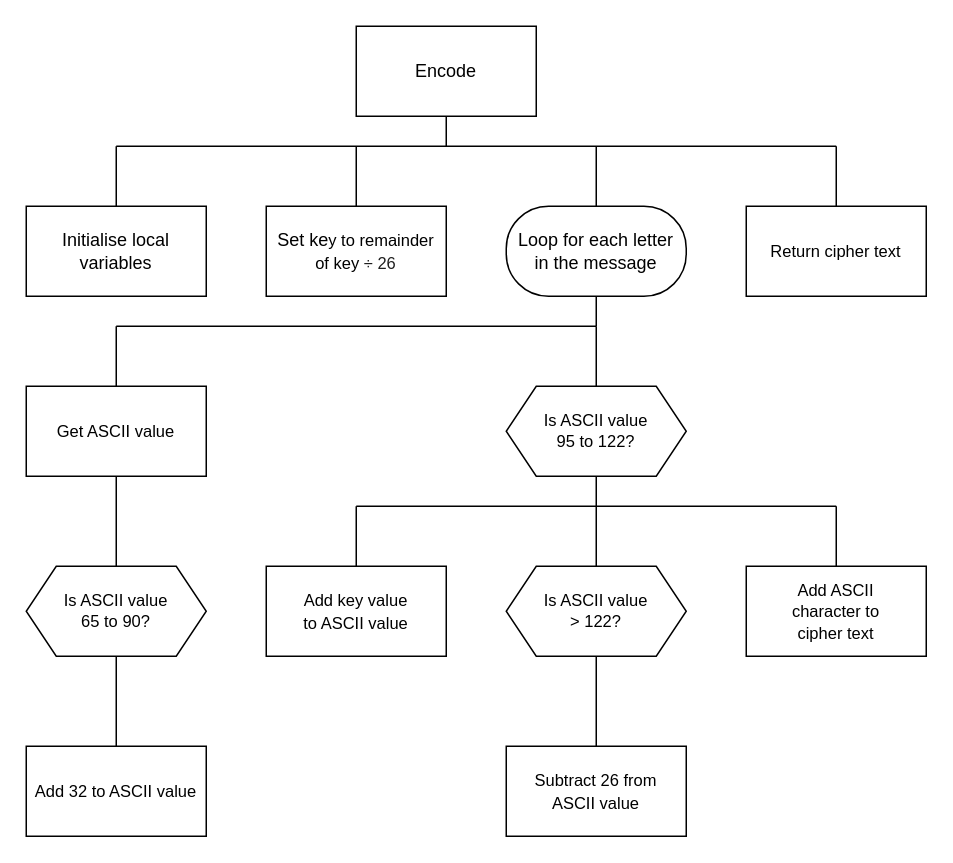
Earlier version of the draw.io diagram page "sd" (5 of 6) of higher/H-SDD-Caesar-Cipher/assets/H SDD Caesar Cipher.drawio (MrFriendCS/MrFriendCS.github.io). Source tidied: cells renumbered, new cells numbered last; positions are measured from the earlier drawing's top-left corner, leaving out a move shared by most shapes. Both pictures are drawn from the tidied source at 150%, with x=0, y=0 at pixel (26, 26).
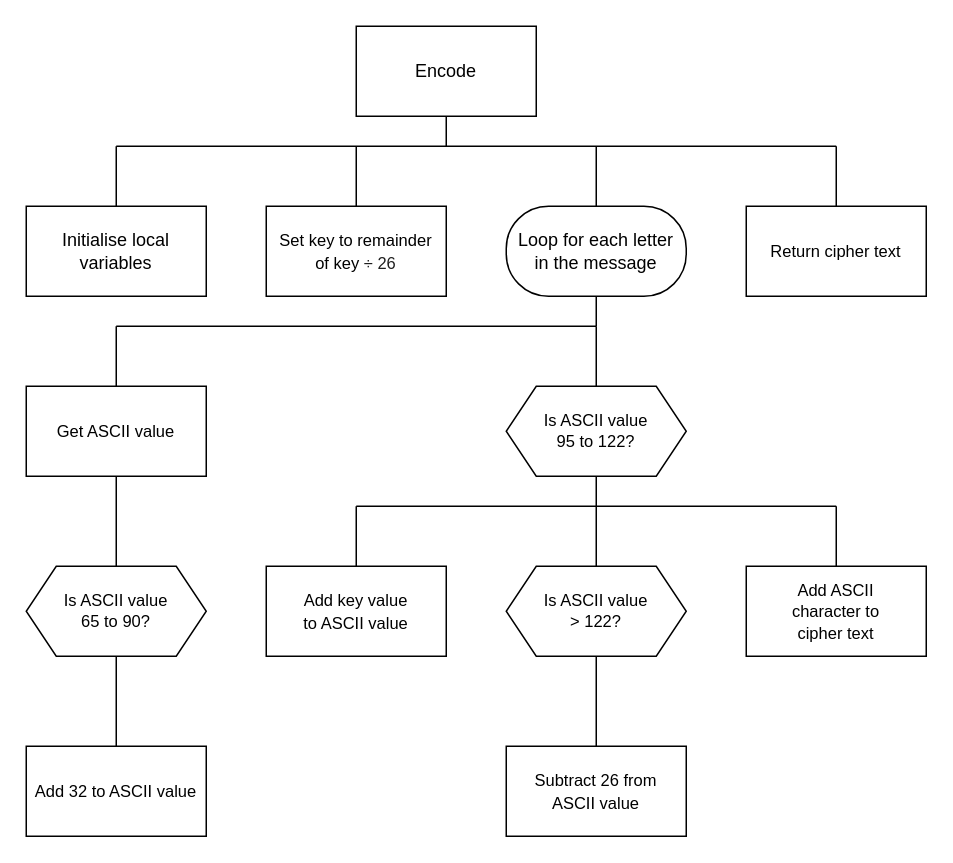
Above is the later version.

Diff of the diagram source:
```diff
@@
-    <mxCell id="31" value="Set ke&lt;font style=&quot;font-size: 11px;&quot; face=&quot;Helvetica&quot;&gt;y to remainder&lt;/font&gt;&lt;div&gt;&lt;font style=&quot;font-size: 11px;&quot; face=&quot;Helvetica&quot;&gt;of key&amp;nbsp;&lt;span style=&quot;color: rgb(31, 31, 31); text-align: left; background-color: rgb(255, 255, 255);&quot;&gt;÷ 26&lt;/span&gt;&lt;/font&gt;&lt;/div&gt;" style="rounded=0;whiteSpace=wrap;html=1;" parent="1" vertex="1">
+    <mxCell id="31" value="&lt;font style=&quot;font-size: 11px;&quot;&gt;&lt;font style=&quot;&quot;&gt;Set &lt;/font&gt;&lt;font style=&quot;&quot;&gt;&lt;font style=&quot;&quot;&gt;ke&lt;font style=&quot;&quot; face=&quot;Helvetica&quot;&gt;y&lt;/font&gt;&lt;/font&gt;&lt;font style=&quot;&quot; face=&quot;Helvetica&quot;&gt; to re&lt;/font&gt;&lt;/font&gt;&lt;font style=&quot;&quot; face=&quot;Helvetica&quot;&gt;mainder&lt;/font&gt;&lt;/font&gt;&lt;div&gt;&lt;font style=&quot;font-size: 11px;&quot; face=&quot;Helvetica&quot;&gt;of key&amp;nbsp;&lt;span style=&quot;color: rgb(31, 31, 31); text-align: left; background-color: rgb(255, 255, 255);&quot;&gt;÷ 26&lt;/span&gt;&lt;/font&gt;&lt;/div&gt;" style="rounded=0;whiteSpace=wrap;html=1;" parent="1" vertex="1">
       <mxGeometry x="160" y="120" width="120" height="60" as="geometry" />
     </mxCell>
```
